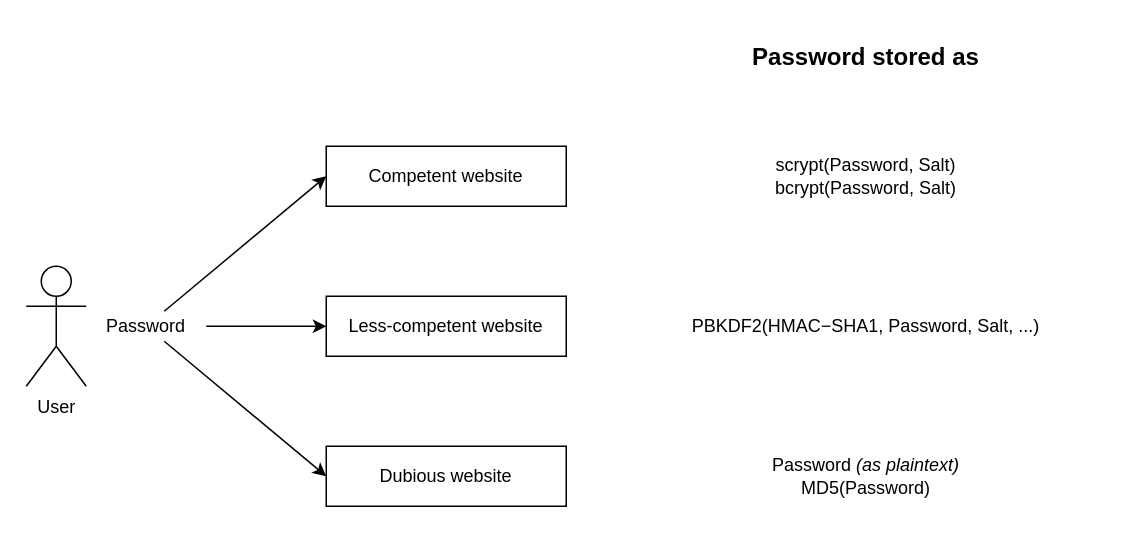
This is readme/No password manager.drawio from x42bn6/no-password-java, a draw.io file, before an edit. Source tidied: cells renumbered, new cells numbered last; positions are measured from the earlier drawing's top-left corner, leaving out a move shared by most shapes. Both pictures are drawn from the tidied source at 150%, with x=0, y=0 at pixel (26, 26).
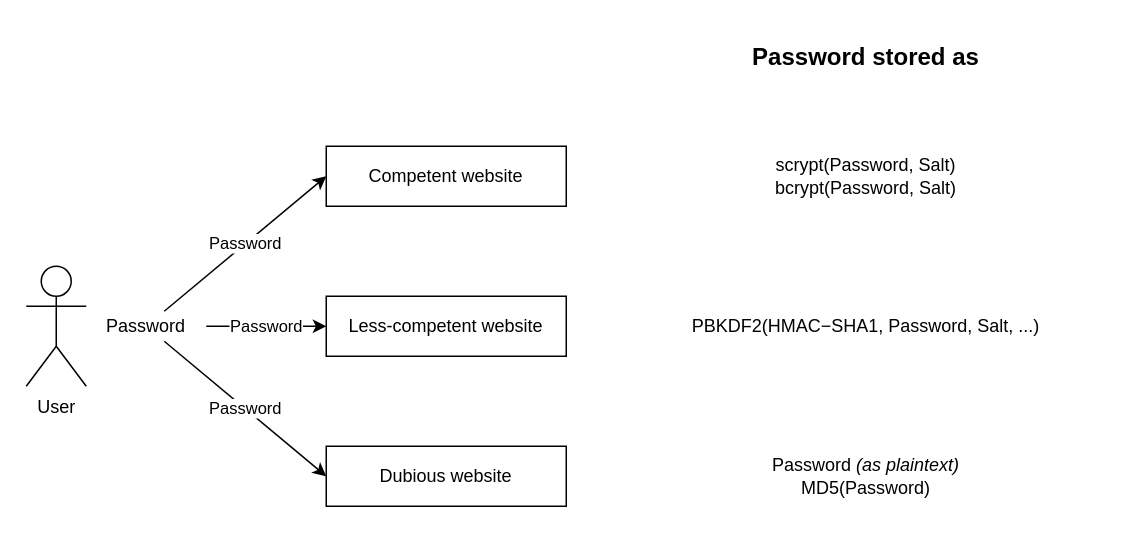
The same page after the edit.

The edit, as a diff of the source:
```diff
@@
 <mxGraphModel>
   <root>
     <mxCell id="0" />
     <mxCell id="1" parent="0" />
     <mxCell id="2" value="User" style="shape=umlActor;verticalLabelPosition=bottom;verticalAlign=top;html=1;" parent="1" vertex="1">
       <mxGeometry y="160" width="40" height="80" as="geometry" />
     </mxCell>
     <mxCell id="3" value="Password" style="text;html=1;strokeColor=none;fillColor=none;align=center;verticalAlign=middle;whiteSpace=wrap;rounded=0;" parent="1" vertex="1">
       <mxGeometry x="40" y="190" width="80" height="20" as="geometry" />
     </mxCell>
     <mxCell id="4" value="Competent website" style="rounded=0;whiteSpace=wrap;html=1;" parent="1" vertex="1">
       <mxGeometry x="200" y="80" width="160" height="40" as="geometry" />
     </mxCell>
     <mxCell id="5" value="Less-competent website" style="rounded=0;whiteSpace=wrap;html=1;" parent="1" vertex="1">
       <mxGeometry x="200" y="180" width="160" height="40" as="geometry" />
     </mxCell>
     <mxCell id="6" value="Dubious website" style="rounded=0;whiteSpace=wrap;html=1;" parent="1" vertex="1">
       <mxGeometry x="200" y="280" width="160" height="40" as="geometry" />
     </mxCell>
-    <mxCell id="7" style="endArrow=classic;html=1;entryX=0;entryY=0.5;entryDx=0;entryDy=0;" parent="1" edge="1" source="3" target="4">
+    <mxCell id="7" value="Password" style="endArrow=classic;html=1;entryX=0;entryY=0.5;entryDx=0;entryDy=0;" parent="1" edge="1" source="3" target="4">
       <mxGeometry relative="1" as="geometry" />
     </mxCell>
-    <mxCell id="8" style="endArrow=classic;html=1;" parent="1" edge="1" source="3" target="5">
+    <mxCell id="8" value="Password" style="endArrow=classic;html=1;" parent="1" edge="1" source="3" target="5">
       <mxGeometry relative="1" as="geometry" />
     </mxCell>
-    <mxCell id="9" style="endArrow=classic;html=1;entryX=0;entryY=0.5;entryDx=0;entryDy=0;" parent="1" edge="1" source="3" target="6">
+    <mxCell id="9" value="Password" style="endArrow=classic;html=1;entryX=0;entryY=0.5;entryDx=0;entryDy=0;" parent="1" edge="1" source="3" target="6">
       <mxGeometry relative="1" as="geometry" />
     </mxCell>
     <mxCell id="10" value="&lt;b&gt;&lt;font style=&quot;font-size: 16px&quot;&gt;Password stored as&lt;br&gt;&lt;/font&gt;&lt;/b&gt;" style="text;html=1;strokeColor=none;fillColor=none;align=center;verticalAlign=middle;whiteSpace=wrap;rounded=0;" parent="1" vertex="1">
       <mxGeometry x="400" width="320" height="40" as="geometry" />
     </mxCell>
     <mxCell id="11" value="&lt;div&gt;scrypt(Password, Salt)&lt;/div&gt;&lt;div&gt;bcrypt(Password, Salt)&lt;br&gt;&lt;/div&gt;" style="text;html=1;strokeColor=none;fillColor=none;align=center;verticalAlign=middle;whiteSpace=wrap;rounded=0;" parent="1" vertex="1">
       <mxGeometry x="400" y="80" width="320" height="40" as="geometry" />
     </mxCell>
     <mxCell id="12" value="PBKDF2(HMAC−SHA1, Password, Salt, ...)" style="text;html=1;strokeColor=none;fillColor=none;align=center;verticalAlign=middle;whiteSpace=wrap;rounded=0;" parent="1" vertex="1">
       <mxGeometry x="400" y="180" width="320" height="40" as="geometry" />
     </mxCell>
     <mxCell id="13" value="&lt;div&gt;Password&lt;i&gt; (as plaintext)&lt;/i&gt;&lt;/div&gt;&lt;div&gt;MD5(Password)&lt;br&gt;&lt;/div&gt;" style="text;html=1;strokeColor=none;fillColor=none;align=center;verticalAlign=middle;whiteSpace=wrap;rounded=0;" parent="1" vertex="1">
       <mxGeometry x="400" y="280" width="320" height="40" as="geometry" />
     </mxCell>
   </root>
 </mxGraphModel>
```
